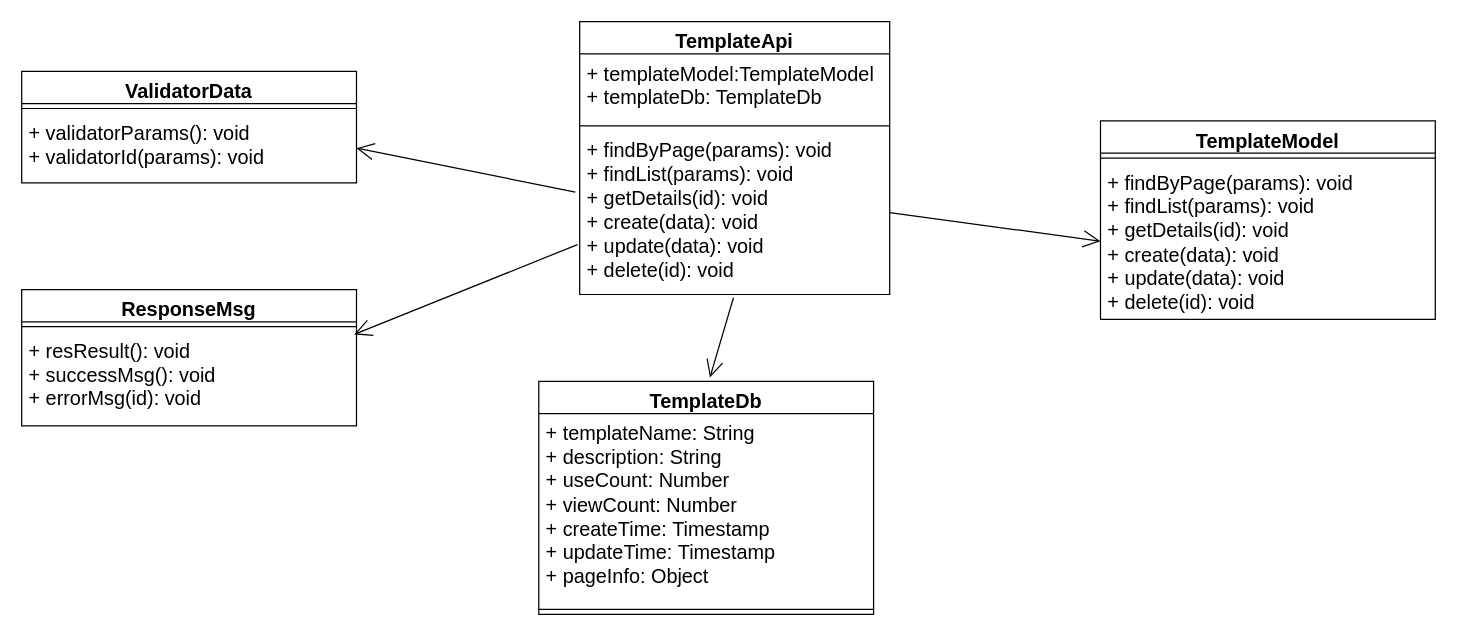
yuxinyu12345/diagrams keeps this draw.io diagram as 第五章/模版管理类图.drawio. Above is the earlier version. Source tidied: cells renumbered, new cells numbered last; positions are measured from the earlier drawing's top-left corner, leaving out a move shared by most shapes. Both pictures are drawn from the tidied source at 124%, with x=0, y=0 at pixel (21, 21).
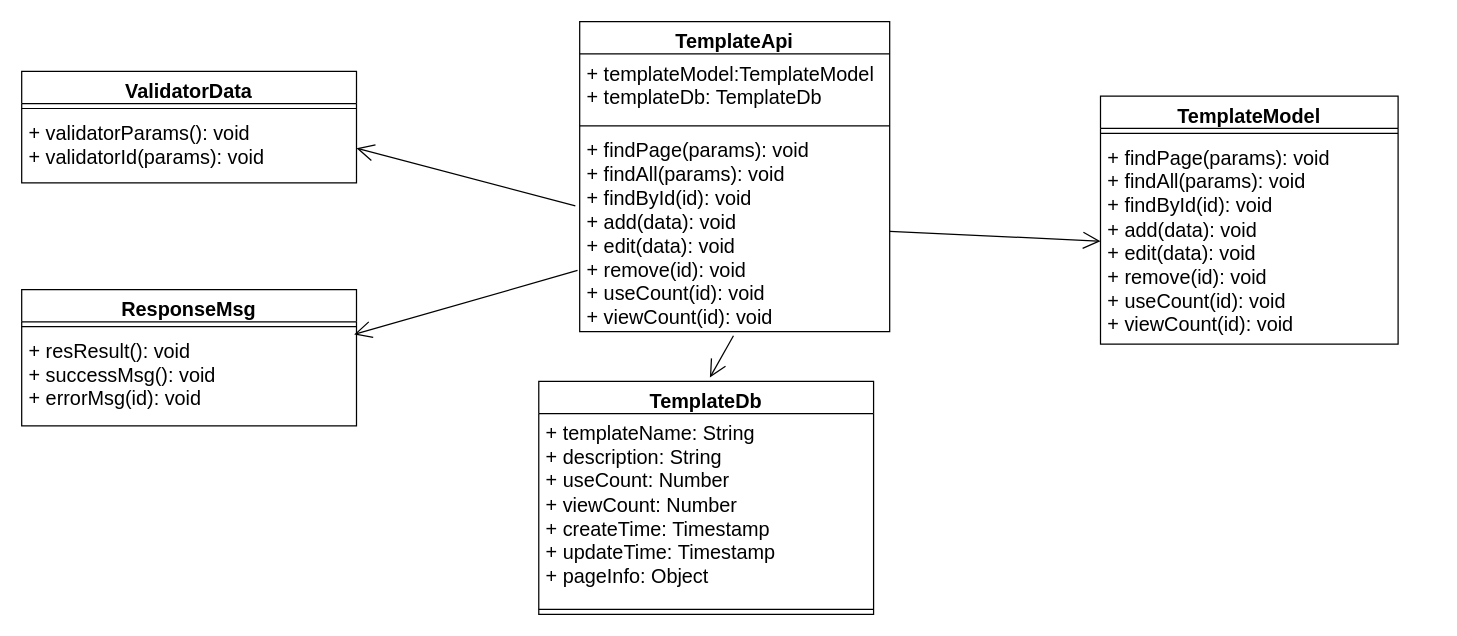
The same diagram, later.

Commit message:
更新模版管理类图.drawio

What changed in the source:
```diff
@@
     <mxCell id="2" value="TemplateApi" style="swimlane;fontStyle=1;align=center;verticalAlign=top;horizontal=1;startSize=26;whiteSpace=wrap;html=1;fontSize=16;" parent="1" vertex="1">
-      <mxGeometry x="450" width="250" height="220" as="geometry" />
+      <mxGeometry x="450" width="250" height="250" as="geometry" />
     </mxCell>
@@
-    <mxCell id="5" value="+ findByPage(params): void&lt;br style=&quot;font-size: 16px;&quot;&gt;+ findList(params): void&lt;br style=&quot;font-size: 16px;&quot;&gt;+ getDetails(id): void&lt;br style=&quot;font-size: 16px;&quot;&gt;+ create(data): void&lt;br style=&quot;font-size: 16px;&quot;&gt;+ update(data): void&lt;br style=&quot;font-size: 16px;&quot;&gt;+ delete(id): void" style="text;strokeColor=none;fillColor=none;align=left;verticalAlign=top;spacingLeft=4;spacingRight=4;overflow=hidden;points=[[0,0.5],[1,0.5]];portConstraint=eastwest;whiteSpace=wrap;html=1;fontSize=16;" parent="2" vertex="1">
-      <mxGeometry y="88" width="250" height="132" as="geometry" />
+    <mxCell id="5" value="+ findPage(params): void&lt;br style=&quot;font-size: 16px;&quot;&gt;+ findAll(params): void&lt;br style=&quot;font-size: 16px;&quot;&gt;+ findById(id): void&lt;br style=&quot;font-size: 16px;&quot;&gt;+ add(data): void&lt;br style=&quot;font-size: 16px;&quot;&gt;+ edit(data): void&lt;br style=&quot;font-size: 16px;&quot;&gt;+ remove(id): void&lt;div&gt;+ useCount(id): void&lt;/div&gt;&lt;div&gt;+ viewCount(id): void&lt;/div&gt;" style="text;strokeColor=none;fillColor=none;align=left;verticalAlign=top;spacingLeft=4;spacingRight=4;overflow=hidden;points=[[0,0.5],[1,0.5]];portConstraint=eastwest;whiteSpace=wrap;html=1;fontSize=16;" parent="2" vertex="1">
+      <mxGeometry y="88" width="250" height="162" as="geometry" />
     </mxCell>
     <mxCell id="6" value="TemplateModel" style="swimlane;fontStyle=1;align=center;verticalAlign=top;horizontal=1;startSize=26;whiteSpace=wrap;html=1;fontSize=16;" parent="1" vertex="1">
-      <mxGeometry x="870" y="80" width="270" height="160" as="geometry" />
+      <mxGeometry x="870" y="60" width="240" height="200" as="geometry" />
     </mxCell>
     <mxCell id="7" style="line;strokeWidth=1;fillColor=none;align=left;verticalAlign=middle;spacingTop=-1;spacingLeft=3;spacingRight=3;labelPosition=right;strokeColor=inherit;fontSize=16;" parent="6" vertex="1">
-      <mxGeometry y="26" width="270" height="8" as="geometry" />
+      <mxGeometry y="26" width="240" height="8" as="geometry" />
     </mxCell>
-    <mxCell id="8" value="+ findByPage(params): void&lt;br style=&quot;font-size: 16px;&quot;&gt;+ findList(params): void&lt;br style=&quot;font-size: 16px;&quot;&gt;+ getDetails(id): void&lt;br style=&quot;font-size: 16px;&quot;&gt;+ create(data): void&lt;br style=&quot;font-size: 16px;&quot;&gt;+ update(data): void&lt;br style=&quot;font-size: 16px;&quot;&gt;+ delete(id): void" style="text;strokeColor=none;fillColor=none;align=left;verticalAlign=top;spacingLeft=4;spacingRight=4;overflow=hidden;points=[[0,0.5],[1,0.5]];portConstraint=eastwest;whiteSpace=wrap;html=1;fontSize=16;" parent="6" vertex="1">
-      <mxGeometry y="34" width="270" height="126" as="geometry" />
+    <mxCell id="8" value="+ findPage(params): void&lt;br style=&quot;font-size: 16px;&quot;&gt;+ findAll(params): void&lt;br style=&quot;font-size: 16px;&quot;&gt;+ findById(id): void&lt;br style=&quot;font-size: 16px;&quot;&gt;+ add(data): void&lt;br style=&quot;font-size: 16px;&quot;&gt;+ edit(data): void&lt;br style=&quot;font-size: 16px;&quot;&gt;+ remove(id): void&lt;div&gt;&lt;div&gt;+ useCount(id): void&lt;/div&gt;&lt;div&gt;+ viewCount(id): void&lt;/div&gt;&lt;/div&gt;" style="text;strokeColor=none;fillColor=none;align=left;verticalAlign=top;spacingLeft=4;spacingRight=4;overflow=hidden;points=[[0,0.5],[1,0.5]];portConstraint=eastwest;whiteSpace=wrap;html=1;fontSize=16;" parent="6" vertex="1">
+      <mxGeometry y="34" width="240" height="166" as="geometry" />
     </mxCell>
```
